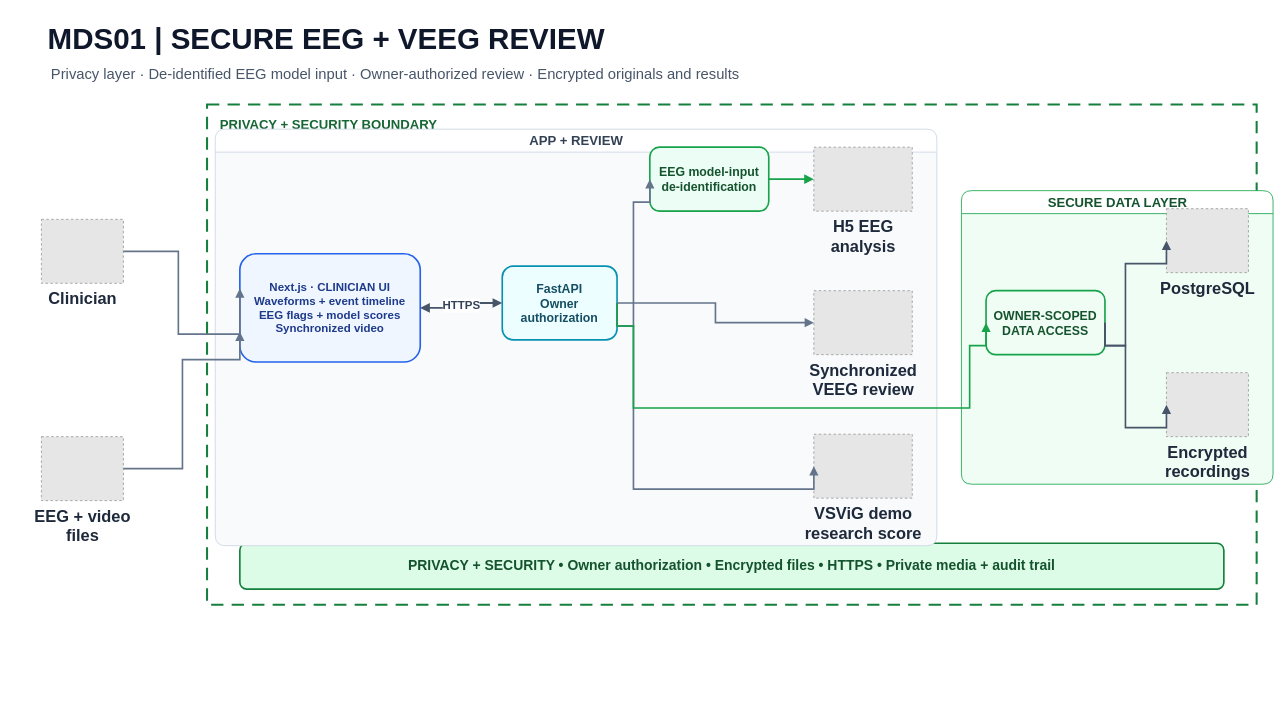
4ffaad/FYP-MDS01 keeps this draw.io diagram as docs/diagrams/system-architecture.drawio. Above is the earlier version. Source tidied: cells renumbered, new cells numbered last; positions are measured from the earlier drawing's top-left corner, leaving out a move shared by most shapes. Both pictures are drawn from the tidied source at 82%, with x=0, y=0 at pixel (41, 17). Pictures stored in the file or linked from it are replaced by grey dashed boxes.
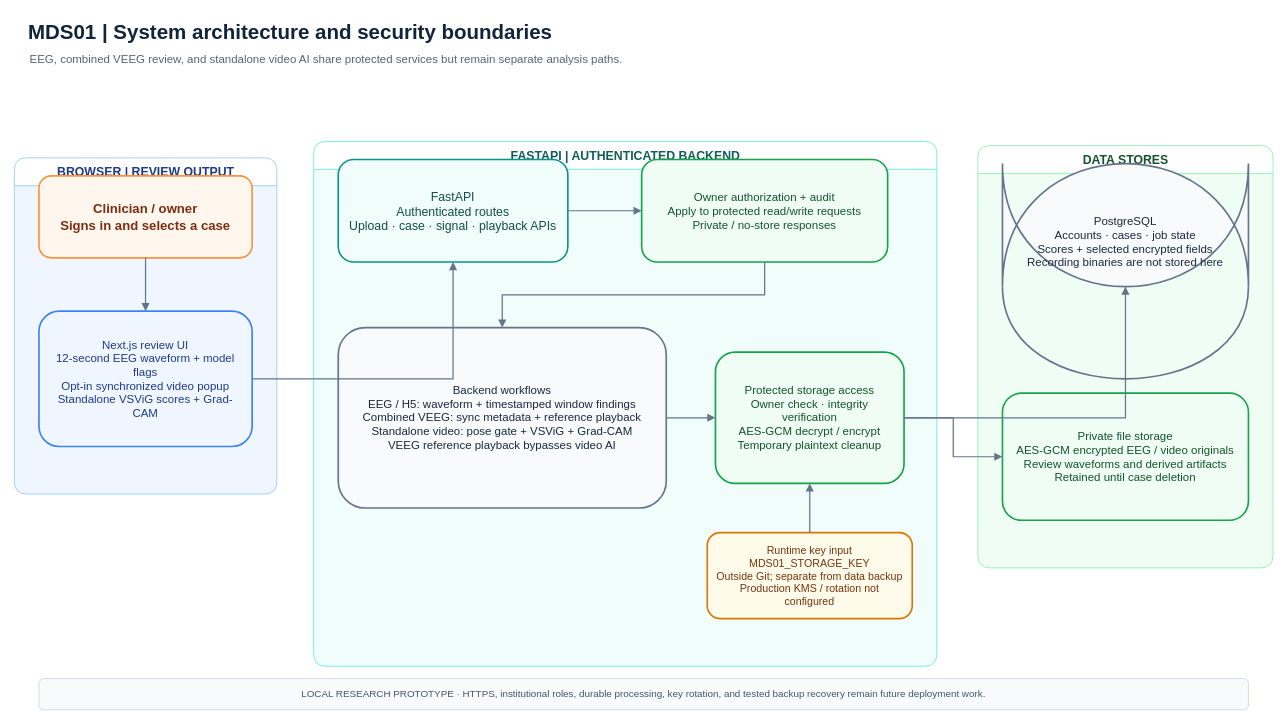
The same diagram, later.

What changed in the source:
```diff
@@
-    <mxCell id="2" value="MDS01  |  SECURE EEG + VEEG REVIEW" style="text;html=1;align=left;verticalAlign=middle;fontSize=36;fontStyle=1;fontColor=#0F172A;" parent="1" vertex="1">
-      <mxGeometry x="6" width="1450" height="52" as="geometry" />
+    <mxCell id="2" value="MDS01  |  System architecture and security boundaries" style="text;html=1;align=left;verticalAlign=middle;fontSize=25;fontStyle=1;fontColor=#10243A;" parent="1" vertex="1">
+      <mxGeometry x="-18" y="-4" width="1500" height="40" as="geometry" />
     </mxCell>
-    <mxCell id="3" value="Privacy layer   ·   De-identified EEG model input   ·   Owner-authorized review   ·   Encrypted originals and results" style="text;html=1;align=left;verticalAlign=middle;fontSize=18;fontColor=#475569;" parent="1" vertex="1">
-      <mxGeometry x="10" y="54" width="1450" height="30" as="geometry" />
+    <mxCell id="3" value="EEG, combined VEEG review, and standalone video AI share protected services but remain separate analysis paths." style="text;html=1;align=left;verticalAlign=middle;fontSize=14;fontColor=#526579;" parent="1" vertex="1">
+      <mxGeometry x="-16" y="36" width="1500" height="30" as="geometry" />
     </mxCell>
-    <mxCell id="4" value="PRIVACY + SECURITY BOUNDARY" style="rounded=0;whiteSpace=wrap;html=1;dashed=1;dashPattern=6 4;fillColor=none;strokeColor=#15803D;strokeWidth=2.5;fontColor=#166534;fontSize=16;fontStyle=1;align=left;verticalAlign=top;spacingTop=8;spacingLeft=14;" parent="1" vertex="1">
-      <mxGeometry x="202" y="106" width="1280" height="610" as="geometry" />
-    </mxCell>
-    <mxCell id="5" value="Clinician" style="fillColor=#E6E6E6;strokeColor=#999999;dashed=1;verticalLabelPosition=bottom;verticalAlign=top;html=1;align=center;fontSize=20;fontColor=#1E293B;fontStyle=1;" parent="1" vertex="1">
-      <mxGeometry y="246" width="100" height="78" as="geometry" />
-    </mxCell>
-    <mxCell id="6" value="EEG + video&#10;files" style="fillColor=#E6E6E6;strokeColor=#999999;dashed=1;verticalLabelPosition=bottom;verticalAlign=top;html=1;align=center;fontSize=20;fontColor=#1E293B;fontStyle=1;" parent="1" vertex="1">
-      <mxGeometry y="511" width="100" height="78" as="geometry" />
-    </mxCell>
-    <mxCell id="7" value="Next.js · CLINICIAN UI&#10;Waveforms + event timeline&#10;EEG flags + model scores&#10;Synchronized video" style="rounded=1;whiteSpace=wrap;html=1;fillColor=#EFF6FF;strokeColor=#2563EB;strokeWidth=2;fontColor=#1E3A8A;fontSize=14;fontStyle=1;align=center;verticalAlign=middle;" parent="17" vertex="1">
-      <mxGeometry x="30" y="152" width="220" height="132" as="geometry" />
-    </mxCell>
+    <mxCell id="29" value="Clinician / owner&#10;Signs in and selects a case" style="rounded=1;whiteSpace=wrap;html=1;fillColor=#FFF7ED;strokeColor=#FB923C;strokeWidth=2;fontColor=#7C2D12;fontSize=16;fontStyle=1;spacing=12;" parent="36" vertex="1">
+      <mxGeometry x="30" y="22" width="260" height="100" as="geometry" />
+    </mxCell>
+    <mxCell id="30" value="Next.js review UI&#10;12-second EEG waveform + model flags&#10;Opt-in synchronized video popup&#10;Standalone VSViG scores + Grad-CAM" style="rounded=1;whiteSpace=wrap;html=1;fillColor=#EFF6FF;strokeColor=#3B82F6;strokeWidth=2;fontColor=#1E3A8A;fontSize=14;spacing=10;" parent="36" vertex="1">
+      <mxGeometry x="30" y="187" width="260" height="165" as="geometry" />
+    </mxCell>
-    <mxCell id="8" value="FastAPI&#10;Owner authorization" style="rounded=1;whiteSpace=wrap;html=1;fillColor=#ECFEFF;strokeColor=#0891B2;strokeWidth=2;fontColor=#164E63;fontSize=15;fontStyle=1;align=center;verticalAlign=middle;" parent="17" vertex="1">
-      <mxGeometry x="350" y="167" width="140" height="90" as="geometry" />
+    <mxCell id="8" value="FastAPI&#10;Authenticated routes&#10;Upload · case · signal · playback APIs" style="rounded=1;whiteSpace=wrap;html=1;fillColor=#F0FDFA;strokeColor=#0D9488;strokeWidth=2;fontColor=#134E4A;fontSize=15;spacing=11;" parent="37" vertex="1">
+      <mxGeometry x="30" y="22" width="280" height="125" as="geometry" />
     </mxCell>
-    <mxCell id="9" value="EEG model-input&#10;de-identification" style="rounded=1;whiteSpace=wrap;html=1;fillColor=#ECFDF5;strokeColor=#16A34A;strokeWidth=2;fontColor=#14532D;fontSize=15;fontStyle=1;align=center;verticalAlign=middle;" parent="17" vertex="1">
-      <mxGeometry x="530" y="22" width="145" height="78" as="geometry" />
-    </mxCell>
-    <mxCell id="10" value="H5 EEG&#10;analysis" style="fillColor=#E6E6E6;strokeColor=#999999;dashed=1;verticalLabelPosition=bottom;verticalAlign=top;html=1;align=center;fontSize=20;fontColor=#1E293B;fontStyle=1;" parent="17" vertex="1">
-      <mxGeometry x="730" y="22" width="120" height="78" as="geometry" />
-    </mxCell>
-    <mxCell id="11" value="Synchronized&#10;VEEG review" style="fillColor=#E6E6E6;strokeColor=#999999;dashed=1;verticalLabelPosition=bottom;verticalAlign=top;html=1;align=center;fontSize=20;fontColor=#1E293B;fontStyle=1;" parent="17" vertex="1">
-      <mxGeometry x="730" y="197" width="120" height="78" as="geometry" />
-    </mxCell>
-    <mxCell id="12" value="VSViG demo&#10;research score" style="fillColor=#E6E6E6;strokeColor=#999999;dashed=1;verticalLabelPosition=bottom;verticalAlign=top;html=1;align=center;fontSize=20;fontColor=#1E293B;fontStyle=1;" parent="17" vertex="1">
-      <mxGeometry x="730" y="372" width="120" height="78" as="geometry" />
-    </mxCell>
-    <mxCell id="13" value="OWNER-SCOPED&#10;DATA ACCESS" style="rounded=1;whiteSpace=wrap;html=1;fillColor=#F0FDF4;strokeColor=#16A34A;strokeWidth=2;fontColor=#14532D;fontSize=15;fontStyle=1;align=center;verticalAlign=middle;" parent="18" vertex="1">
-      <mxGeometry x="30" y="122" width="145" height="78" as="geometry" />
-    </mxCell>
+    <mxCell id="31" value="Owner authorization + audit&#10;Apply to protected read/write requests&#10;Private / no-store responses" style="rounded=1;whiteSpace=wrap;html=1;fillColor=#F0FDF4;strokeColor=#16A34A;strokeWidth=2;fontColor=#14532D;fontSize=14;spacing=10;" parent="37" vertex="1">
+      <mxGeometry x="400" y="22" width="300" height="125" as="geometry" />
+    </mxCell>
+    <mxCell id="32" value="Backend workflows&#10;EEG / H5: waveform + timestamped window findings&#10;Combined VEEG: sync metadata + reference playback&#10;Standalone video: pose gate + VSViG + Grad-CAM&#10;VEEG reference playback bypasses video AI" style="rounded=1;whiteSpace=wrap;html=1;fillColor=#F8FAFC;strokeColor=#64748B;strokeWidth=2;fontColor=#1E293B;fontSize=14;spacing=10;" parent="37" vertex="1">
+      <mxGeometry x="30" y="227" width="400" height="220" as="geometry" />
+    </mxCell>
+    <mxCell id="33" value="Protected storage access&#10;Owner check · integrity verification&#10;AES-GCM decrypt / encrypt&#10;Temporary plaintext cleanup" style="rounded=1;whiteSpace=wrap;html=1;fillColor=#F0FDF4;strokeColor=#16A34A;strokeWidth=2;fontColor=#14532D;fontSize=14;spacing=10;" parent="37" vertex="1">
+      <mxGeometry x="490" y="257" width="230" height="160" as="geometry" />
+    </mxCell>
+    <mxCell id="34" value="Runtime key input&#10;MDS01_STORAGE_KEY&#10;Outside Git; separate from data backup&#10;Production KMS / rotation not configured" style="rounded=1;whiteSpace=wrap;html=1;fillColor=#FFFBEB;strokeColor=#D97706;strokeWidth=2;fontColor=#78350F;fontSize=13;spacing=9;" parent="37" vertex="1">
+      <mxGeometry x="480" y="477" width="250" height="105" as="geometry" />
+    </mxCell>
-    <mxCell id="14" value="PostgreSQL" style="fillColor=#E6E6E6;strokeColor=#999999;dashed=1;verticalLabelPosition=bottom;verticalAlign=top;html=1;align=center;fontSize=20;fontColor=#1E293B;fontStyle=1;" parent="18" vertex="1">
-      <mxGeometry x="250" y="22" width="100" height="78" as="geometry" />
+    <mxCell id="14" value="PostgreSQL&#10;Accounts · cases · job state&#10;Scores + selected encrypted fields&#10;Recording binaries are not stored here" style="shape=cylinder;whiteSpace=wrap;html=1;boundedLbl=1;backgroundOutline=1;size=15;fillColor=#F8FAFC;strokeColor=#64748B;strokeWidth=2;fontColor=#1E293B;fontSize=14;spacing=11;" parent="38" vertex="1">
+      <mxGeometry x="30" y="22" width="300" height="150" as="geometry" />
     </mxCell>
-    <mxCell id="15" value="Encrypted&#10;recordings" style="fillColor=#E6E6E6;strokeColor=#999999;dashed=1;verticalLabelPosition=bottom;verticalAlign=top;html=1;align=center;fontSize=20;fontColor=#1E293B;fontStyle=1;" parent="18" vertex="1">
-      <mxGeometry x="250" y="222" width="100" height="78" as="geometry" />
+    <mxCell id="15" value="Private file storage&#10;AES-GCM encrypted EEG / video originals&#10;Review waveforms and derived artifacts&#10;Retained until case deletion" style="rounded=1;whiteSpace=wrap;html=1;fillColor=#F0FDF4;strokeColor=#16A34A;strokeWidth=2;fontColor=#14532D;fontSize=14;spacing=11;" parent="38" vertex="1">
+      <mxGeometry x="30" y="302" width="300" height="155" as="geometry" />
     </mxCell>
-    <mxCell id="16" value="PRIVACY + SECURITY   •   Owner authorization   •   Encrypted files   •   HTTPS   •   Private media + audit trail" style="rounded=1;whiteSpace=wrap;html=1;fillColor=#DCFCE7;strokeColor=#15803D;strokeWidth=2;fontColor=#14532D;fontSize=17;fontStyle=1;align=center;verticalAlign=middle;" parent="1" vertex="1">
-      <mxGeometry x="242" y="641" width="1200" height="56" as="geometry" />
-    </mxCell>
-    <mxCell id="17" value="APP + REVIEW" style="swimlane;html=1;startSize=28;rounded=1;fillColor=#FFFFFF;swimlaneFillColor=#F8FAFC;strokeColor=#CBD5E1;fontColor=#334155;fontStyle=1;fontSize=16;" parent="1" vertex="1">
-      <mxGeometry x="212" y="136" width="880" height="508" as="geometry" />
-    </mxCell>
-    <mxCell id="18" value="SECURE DATA LAYER" style="swimlane;html=1;startSize=28;rounded=1;fillColor=#FFFFFF;swimlaneFillColor=#F0FDF4;strokeColor=#16A34A;fontColor=#14532D;fontStyle=1;fontSize=16;" parent="1" vertex="1">
-      <mxGeometry x="1122" y="211" width="380" height="358" as="geometry" />
-    </mxCell>
-    <mxCell id="19" style="edgeStyle=orthogonalEdgeStyle;rounded=0;jettySize=auto;html=1;strokeColor=#64748B;strokeWidth=2;endArrow=block;endFill=1;exitX=1;exitY=0.5;entryX=0;entryY=0.32;" parent="1" edge="1" source="5" target="7">
-      <mxGeometry relative="1" as="geometry">
-        <Array as="points">
-          <mxPoint x="167" y="285" />
-          <mxPoint x="167" y="386" />
-        </Array>
-      </mxGeometry>
-    </mxCell>
-    <mxCell id="20" style="edgeStyle=orthogonalEdgeStyle;rounded=0;jettySize=auto;html=1;strokeColor=#64748B;strokeWidth=2;endArrow=block;endFill=1;fontColor=#334155;fontSize=16;fontStyle=1;labelBackgroundColor=#FFFFFF;spacing=6;exitX=1;exitY=0.5;entryX=0;entryY=0.72;" parent="1" edge="1" source="6" target="7">
-      <mxGeometry relative="1" as="geometry">
-        <Array as="points">
-          <mxPoint x="172" y="550" />
-          <mxPoint x="172" y="417" />
-        </Array>
-      </mxGeometry>
-    </mxCell>
-    <mxCell id="21" value="HTTPS" style="edgeStyle=orthogonalEdgeStyle;rounded=0;jettySize=auto;html=1;strokeColor=#475569;strokeWidth=2.2;startArrow=block;startFill=1;endArrow=block;endFill=1;fontColor=#334155;fontSize=14;fontStyle=1;labelBackgroundColor=#FFFFFF;spacing=6;exitX=1;exitY=0.5;entryX=0;entryY=0.5;" parent="1" edge="1" source="7" target="8">
-      <mxGeometry relative="1" as="geometry" />
-    </mxCell>
-    <mxCell id="22" style="edgeStyle=orthogonalEdgeStyle;rounded=0;jettySize=auto;html=1;strokeColor=#64748B;strokeWidth=2;endArrow=block;endFill=1;exitX=1;exitY=0.5;entryX=0;entryY=0.5;" parent="1" edge="1" source="8" target="9">
-      <mxGeometry relative="1" as="geometry">
-        <Array as="points">
-          <mxPoint x="722" y="376" />
-          <mxPoint x="722" y="225" />
-        </Array>
-      </mxGeometry>
-    </mxCell>
-    <mxCell id="23" style="edgeStyle=orthogonalEdgeStyle;rounded=0;jettySize=auto;html=1;strokeColor=#16A34A;strokeWidth=2.2;endArrow=block;endFill=1;exitX=1;exitY=0.5;entryX=0;entryY=0.5;" parent="1" edge="1" source="9" target="10">
-      <mxGeometry relative="1" as="geometry" />
-    </mxCell>
-    <mxCell id="24" style="edgeStyle=orthogonalEdgeStyle;rounded=0;jettySize=auto;html=1;strokeColor=#64748B;strokeWidth=2;endArrow=block;endFill=1;exitX=1;exitY=0.5;entryX=0;entryY=0.5;" parent="1" edge="1" source="8" target="11">
-      <mxGeometry relative="1" as="geometry" />
-    </mxCell>
-    <mxCell id="25" style="edgeStyle=orthogonalEdgeStyle;rounded=0;jettySize=auto;html=1;strokeColor=#64748B;strokeWidth=2;endArrow=block;endFill=1;exitX=1;exitY=0.5;entryX=0;entryY=0.5;" parent="1" edge="1" source="8" target="12">
-      <mxGeometry relative="1" as="geometry">
-        <Array as="points">
-          <mxPoint x="722" y="376" />
-          <mxPoint x="722" y="575" />
-        </Array>
-      </mxGeometry>
-    </mxCell>
-    <mxCell id="26" style="edgeStyle=orthogonalEdgeStyle;rounded=0;jettySize=auto;html=1;strokeColor=#16A34A;strokeWidth=2;endArrow=block;endFill=1;exitX=1;exitY=0.5;entryX=0;entryY=0.5;" parent="1" edge="1" source="8" target="13">
-      <mxGeometry relative="1" as="geometry">
-        <Array as="points">
-          <mxPoint x="722" y="376" />
-          <mxPoint x="722" y="476" />
-          <mxPoint x="1132" y="476" />
-          <mxPoint x="1132" y="400" />
-        </Array>
-      </mxGeometry>
-    </mxCell>
-    <mxCell id="27" style="edgeStyle=orthogonalEdgeStyle;rounded=0;jettySize=auto;html=1;strokeColor=#475569;strokeWidth=2;endArrow=block;endFill=1;fontColor=#334155;fontSize=16;fontStyle=1;labelBackgroundColor=#FFFFFF;spacing=6;exitX=1;exitY=0.5;entryX=0;entryY=0.5;" parent="1" edge="1" source="13" target="14">
-      <mxGeometry relative="1" as="geometry">
-        <Array as="points">
-          <mxPoint x="1322" y="400" />
-          <mxPoint x="1322" y="300" />
-        </Array>
-      </mxGeometry>
-    </mxCell>
-    <mxCell id="28" style="edgeStyle=orthogonalEdgeStyle;rounded=0;jettySize=auto;html=1;strokeColor=#475569;strokeWidth=2;endArrow=block;endFill=1;fontColor=#334155;fontSize=16;fontStyle=1;labelBackgroundColor=#FFFFFF;spacing=6;exitX=1;exitY=0.5;entryX=0;entryY=0.5;" parent="1" edge="1" source="13" target="15">
-      <mxGeometry relative="1" as="geometry">
-        <Array as="points">
-          <mxPoint x="1322" y="400" />
-          <mxPoint x="1322" y="500" />
-        </Array>
-      </mxGeometry>
-    </mxCell>
+    <mxCell id="35" value="LOCAL RESEARCH PROTOTYPE  ·  HTTPS, institutional roles, durable processing, key rotation, and tested backup recovery remain future deployment work." style="rounded=1;whiteSpace=wrap;html=1;fillColor=#F8FAFC;strokeColor=#CBD5E1;fontColor=#475569;fontSize=12;spacing=7;" parent="1" vertex="1">
+      <mxGeometry x="-3" y="806" width="1475" height="38" as="geometry" />
+    </mxCell>
+    <mxCell id="36" value="BROWSER  |  REVIEW OUTPUT" style="swimlane;html=1;startSize=34;rounded=1;fillColor=#FFFFFF;swimlaneFillColor=#EFF6FF;strokeColor=#93C5FD;fontColor=#1E3A8A;fontStyle=1;fontSize=15;" parent="1" vertex="1">
+      <mxGeometry x="-33" y="171" width="320" height="410" as="geometry" />
+    </mxCell>
+    <mxCell id="37" value="FASTAPI  |  AUTHENTICATED BACKEND" style="swimlane;html=1;startSize=34;rounded=1;fillColor=#FFFFFF;swimlaneFillColor=#F0FDFA;strokeColor=#5EEAD4;fontColor=#115E59;fontStyle=1;fontSize=15;" parent="1" vertex="1">
+      <mxGeometry x="332" y="151" width="760" height="640" as="geometry" />
+    </mxCell>
+    <mxCell id="38" value="DATA STORES" style="swimlane;html=1;startSize=34;rounded=1;fillColor=#FFFFFF;swimlaneFillColor=#F0FDF4;strokeColor=#86EFAC;fontColor=#14532D;fontStyle=1;fontSize=15;" parent="1" vertex="1">
+      <mxGeometry x="1142" y="156" width="360" height="515" as="geometry" />
+    </mxCell>
+    <mxCell id="39" style="edgeStyle=orthogonalEdgeStyle;rounded=0;jettySize=auto;html=1;strokeColor=#64748B;strokeWidth=1.5;endArrow=block;endFill=1;fontColor=#334155;fontSize=10;labelBackgroundColor=#FFFFFF;labelBorderColor=#E2E8F0;spacing=4;" parent="1" edge="1" source="29" target="30">
+      <mxGeometry relative="1" as="geometry" />
+    </mxCell>
+    <mxCell id="40" style="edgeStyle=orthogonalEdgeStyle;rounded=0;jettySize=auto;html=1;strokeColor=#64748B;strokeWidth=1.5;endArrow=block;endFill=1;fontColor=#334155;fontSize=10;labelBackgroundColor=#FFFFFF;labelBorderColor=#E2E8F0;spacing=4;" parent="1" edge="1" source="30" target="8">
+      <mxGeometry relative="1" as="geometry" />
+    </mxCell>
+    <mxCell id="41" style="edgeStyle=orthogonalEdgeStyle;rounded=0;jettySize=auto;html=1;strokeColor=#64748B;strokeWidth=1.5;endArrow=block;endFill=1;fontColor=#334155;fontSize=10;labelBackgroundColor=#FFFFFF;labelBorderColor=#E2E8F0;spacing=4;" parent="1" edge="1" source="8" target="31">
+      <mxGeometry relative="1" as="geometry" />
+    </mxCell>
+    <mxCell id="42" style="edgeStyle=orthogonalEdgeStyle;rounded=0;jettySize=auto;html=1;strokeColor=#64748B;strokeWidth=1.5;endArrow=block;endFill=1;fontColor=#334155;fontSize=10;labelBackgroundColor=#FFFFFF;labelBorderColor=#E2E8F0;spacing=4;" parent="1" edge="1" source="31" target="32">
+      <mxGeometry relative="1" as="geometry" />
+    </mxCell>
+    <mxCell id="43" style="edgeStyle=orthogonalEdgeStyle;rounded=0;jettySize=auto;html=1;strokeColor=#64748B;strokeWidth=1.5;endArrow=block;endFill=1;fontColor=#334155;fontSize=10;labelBackgroundColor=#FFFFFF;labelBorderColor=#E2E8F0;spacing=4;" parent="1" edge="1" source="32" target="33">
+      <mxGeometry relative="1" as="geometry" />
+    </mxCell>
+    <mxCell id="44" style="edgeStyle=orthogonalEdgeStyle;rounded=0;jettySize=auto;html=1;strokeColor=#64748B;strokeWidth=1.5;endArrow=block;endFill=1;fontColor=#334155;fontSize=10;labelBackgroundColor=#FFFFFF;labelBorderColor=#E2E8F0;spacing=4;" parent="1" edge="1" source="33" target="14">
+      <mxGeometry relative="1" as="geometry" />
+    </mxCell>
+    <mxCell id="45" style="edgeStyle=orthogonalEdgeStyle;rounded=0;jettySize=auto;html=1;strokeColor=#64748B;strokeWidth=1.5;endArrow=block;endFill=1;fontColor=#334155;fontSize=10;labelBackgroundColor=#FFFFFF;labelBorderColor=#E2E8F0;spacing=4;" parent="1" edge="1" source="33" target="15">
+      <mxGeometry relative="1" as="geometry" />
+    </mxCell>
+    <mxCell id="46" style="edgeStyle=orthogonalEdgeStyle;rounded=0;jettySize=auto;html=1;strokeColor=#64748B;strokeWidth=1.5;endArrow=block;endFill=1;fontColor=#334155;fontSize=10;labelBackgroundColor=#FFFFFF;labelBorderColor=#E2E8F0;spacing=4;" parent="1" edge="1" source="34" target="33">
+      <mxGeometry relative="1" as="geometry" />
+    </mxCell>
```
